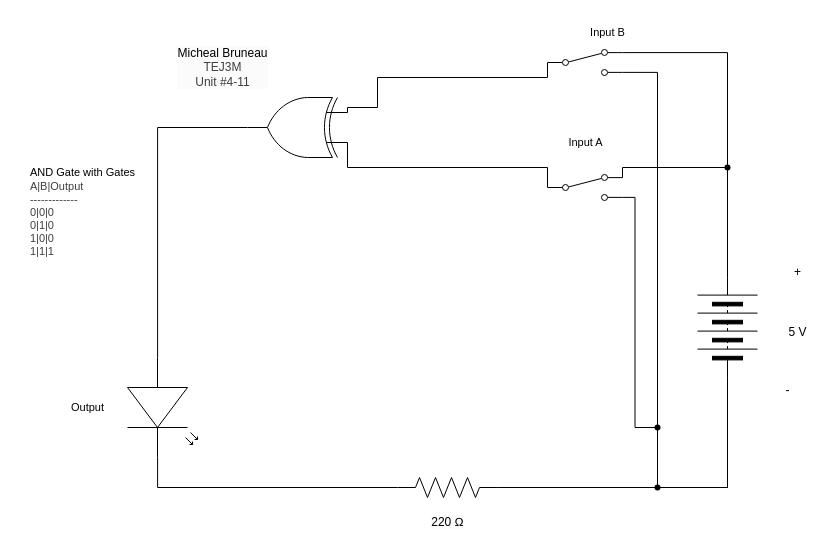
Earlier version of the draw.io diagram TEJ3M 4-16/Schemati diagram.drawio (michael-bruneau/TEJ3M-Unit-4). Source tidied: cells renumbered, new cells numbered last; positions are measured from the earlier drawing's top-left corner, leaving out a move shared by most shapes. Both pictures are drawn from the tidied source at 100%, with x=0, y=0 at pixel (17, 17).
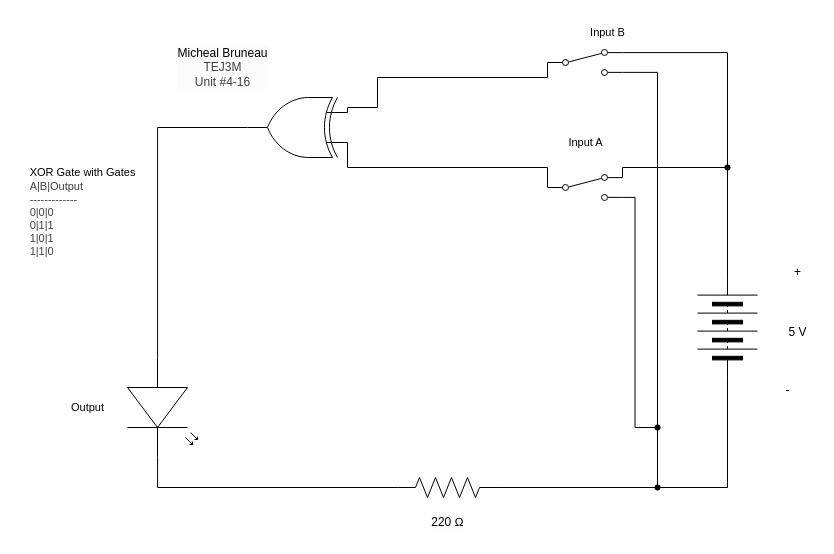
Above is the later version.

What changed in the source:
```diff
@@
-    <mxCell id="2" value="&lt;span style=&quot;scrollbar-color: rgb(226, 226, 226) rgb(251, 251, 251); background-color: rgb(251, 251, 251); color: rgb(0, 0, 0);&quot;&gt;Micheal Bruneau&lt;/span&gt;&lt;div style=&quot;scrollbar-color: rgb(226, 226, 226) rgb(251, 251, 251); background-color: rgb(251, 251, 251); color: rgb(63, 63, 63);&quot;&gt;TEJ3M&lt;/div&gt;&lt;div style=&quot;scrollbar-color: rgb(226, 226, 226) rgb(251, 251, 251); background-color: rgb(251, 251, 251); color: rgb(63, 63, 63);&quot;&gt;Unit #4-11&lt;/div&gt;" style="text;html=1;align=center;verticalAlign=middle;strokeColor=none;fillColor=none;" parent="1" vertex="1">
+    <mxCell id="2" value="&lt;span style=&quot;scrollbar-color: rgb(226, 226, 226) rgb(251, 251, 251); background-color: rgb(251, 251, 251); color: rgb(0, 0, 0);&quot;&gt;Micheal Bruneau&lt;/span&gt;&lt;div style=&quot;scrollbar-color: rgb(226, 226, 226) rgb(251, 251, 251); background-color: rgb(251, 251, 251); color: rgb(63, 63, 63);&quot;&gt;TEJ3M&lt;/div&gt;&lt;div style=&quot;scrollbar-color: rgb(226, 226, 226) rgb(251, 251, 251); background-color: rgb(251, 251, 251); color: rgb(63, 63, 63);&quot;&gt;Unit #4-16&lt;/div&gt;" style="text;html=1;align=center;verticalAlign=middle;strokeColor=none;fillColor=none;" parent="1" vertex="1">
       <mxGeometry x="150" y="20" width="110" height="60" as="geometry" />
     </mxCell>
-    <mxCell id="3" value="&lt;div style=&quot;scrollbar-color: rgb(226, 226, 226) rgb(251, 251, 251); font-size: 11px; text-align: left; color: rgb(63, 63, 63);&quot;&gt;&lt;font color=&quot;#000000&quot;&gt;&lt;span style=&quot;background-color: rgb(255, 255, 255);&quot;&gt;AND Gate with Gates&lt;/span&gt;&lt;/font&gt;&lt;/div&gt;&lt;div style=&quot;scrollbar-color: rgb(226, 226, 226) rgb(251, 251, 251); font-size: 11px; text-align: left; color: rgb(63, 63, 63);&quot;&gt;&lt;span style=&quot;color: light-dark(rgb(63, 63, 63), rgb(183, 183, 183));&quot;&gt;A|B|Output&lt;/span&gt;&lt;/div&gt;&lt;div style=&quot;color: rgb(63, 63, 63); scrollbar-color: rgb(226, 226, 226) rgb(251, 251, 251); font-size: 11px; text-align: left;&quot;&gt;-------------&lt;/div&gt;&lt;div style=&quot;color: rgb(63, 63, 63); scrollbar-color: rgb(226, 226, 226) rgb(251, 251, 251); font-size: 11px; text-align: left;&quot;&gt;0|0|0&lt;/div&gt;&lt;div style=&quot;color: rgb(63, 63, 63); scrollbar-color: rgb(226, 226, 226) rgb(251, 251, 251); font-size: 11px; text-align: left;&quot;&gt;0|1|0&lt;/div&gt;&lt;div style=&quot;color: rgb(63, 63, 63); scrollbar-color: rgb(226, 226, 226) rgb(251, 251, 251); font-size: 11px; text-align: left;&quot;&gt;1|0|0&lt;/div&gt;&lt;div style=&quot;color: rgb(63, 63, 63); scrollbar-color: rgb(226, 226, 226) rgb(251, 251, 251); font-size: 11px; text-align: left;&quot;&gt;1|1|1&lt;/div&gt;" style="text;html=1;align=center;verticalAlign=middle;strokeColor=none;fillColor=none;" parent="1" vertex="1">
+    <mxCell id="3" value="&lt;div style=&quot;scrollbar-color: rgb(226, 226, 226) rgb(251, 251, 251); font-size: 11px; text-align: left; color: rgb(63, 63, 63);&quot;&gt;&lt;font color=&quot;#000000&quot;&gt;&lt;span style=&quot;background-color: rgb(255, 255, 255);&quot;&gt;XOR Gate with Gates&lt;/span&gt;&lt;/font&gt;&lt;/div&gt;&lt;div style=&quot;scrollbar-color: rgb(226, 226, 226) rgb(251, 251, 251); font-size: 11px; text-align: left; color: rgb(63, 63, 63);&quot;&gt;&lt;span style=&quot;color: light-dark(rgb(63, 63, 63), rgb(183, 183, 183));&quot;&gt;A|B|Output&lt;/span&gt;&lt;/div&gt;&lt;div style=&quot;color: rgb(63, 63, 63); scrollbar-color: rgb(226, 226, 226) rgb(251, 251, 251); font-size: 11px; text-align: left;&quot;&gt;-------------&lt;/div&gt;&lt;div style=&quot;color: rgb(63, 63, 63); scrollbar-color: rgb(226, 226, 226) rgb(251, 251, 251); font-size: 11px; text-align: left;&quot;&gt;0|0|0&lt;/div&gt;&lt;div style=&quot;color: rgb(63, 63, 63); scrollbar-color: rgb(226, 226, 226) rgb(251, 251, 251); font-size: 11px; text-align: left;&quot;&gt;0|1|1&lt;/div&gt;&lt;div style=&quot;color: rgb(63, 63, 63); scrollbar-color: rgb(226, 226, 226) rgb(251, 251, 251); font-size: 11px; text-align: left;&quot;&gt;1|0|1&lt;/div&gt;&lt;div style=&quot;color: rgb(63, 63, 63); scrollbar-color: rgb(226, 226, 226) rgb(251, 251, 251); font-size: 11px; text-align: left;&quot;&gt;1|1|0&lt;/div&gt;" style="text;html=1;align=center;verticalAlign=middle;strokeColor=none;fillColor=none;" parent="1" vertex="1">
       <mxGeometry y="140" width="130" height="110" as="geometry" />
     </mxCell>
```
